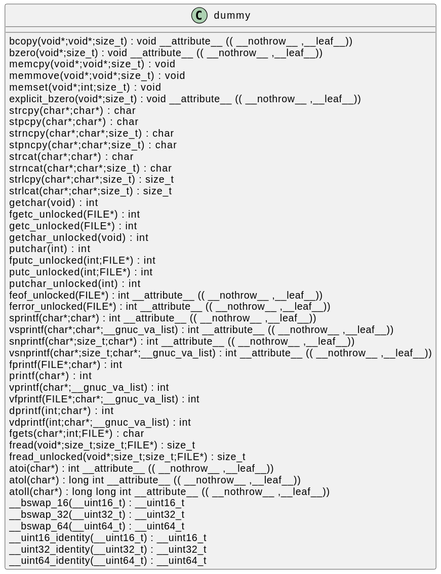
The PlantUML diagram docs/qc/crypto/err/err_blocks.c.svg in qualitesys/openssl, before a commit.
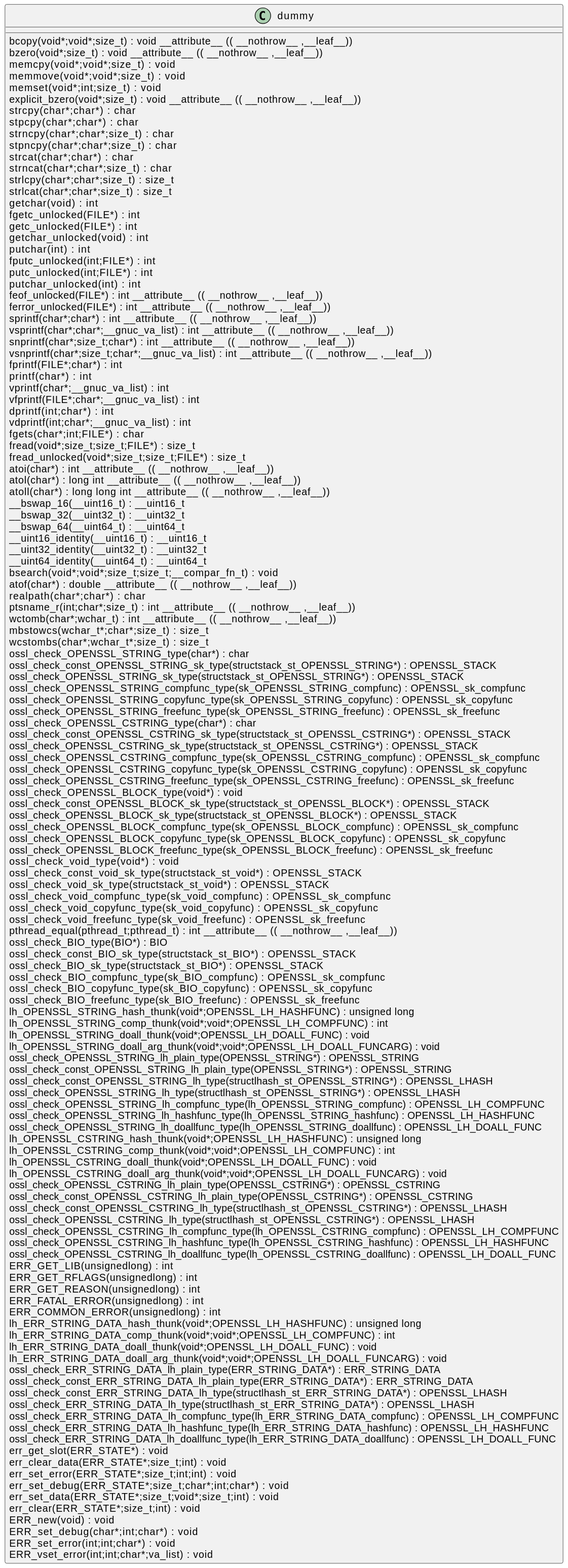
Above is the later version.

Change to the diagram source:
```diff
@@ -47,5 +47,91 @@
 __uint16_identity(__uint16_t) : __uint16_t [[[./../../.././qc/crypto/err/err_blocks.c.html#2105]]]
 __uint32_identity(__uint32_t) : __uint32_t [[[./../../.././qc/crypto/err/err_blocks.c.html#2111]]]
 __uint64_identity(__uint64_t) : __uint64_t [[[./../../.././qc/crypto/err/err_blocks.c.html#2117]]]
+bsearch(void*;void*;size_t;size_t;__compar_fn_t) :  void  [[[./../../.././qc/crypto/err/err_blocks.c.html#2801]]]
+atof(char*) :  double  __attribute__ (( __nothrow__ ,__leaf__)) [[[./../../.././qc/crypto/err/err_blocks.c.html#1]]]
+realpath(char*;char*) :  char  [[[./../../.././qc/crypto/err/err_blocks.c.html#1]]]
+ptsname_r(int;char*;size_t) :  int  __attribute__ (( __nothrow__ ,__leaf__)) [[[./../../.././qc/crypto/err/err_blocks.c.html#1]]]
+wctomb(char*;wchar_t) :  int  __attribute__ (( __nothrow__ ,__leaf__)) [[[./../../.././qc/crypto/err/err_blocks.c.html#1]]]
+mbstowcs(wchar_t*;char*;size_t) : size_t [[[./../../.././qc/crypto/err/err_blocks.c.html#1]]]
+wcstombs(char*;wchar_t*;size_t) : size_t [[[./../../.././qc/crypto/err/err_blocks.c.html#1]]]
+ossl_check_OPENSSL_STRING_type(char*) :  char  [[[./../../.././qc/crypto/err/err_blocks.c.html#1]]]
+ossl_check_const_OPENSSL_STRING_sk_type(structstack_st_OPENSSL_STRING*) : OPENSSL_STACK [[[./../../.././qc/crypto/err/err_blocks.c.html#1]]]
+ossl_check_OPENSSL_STRING_sk_type(structstack_st_OPENSSL_STRING*) : OPENSSL_STACK [[[./../../.././qc/crypto/err/err_blocks.c.html#1]]]
+ossl_check_OPENSSL_STRING_compfunc_type(sk_OPENSSL_STRING_compfunc) : OPENSSL_sk_compfunc [[[./../../.././qc/crypto/err/err_blocks.c.html#1]]]
+ossl_check_OPENSSL_STRING_copyfunc_type(sk_OPENSSL_STRING_copyfunc) : OPENSSL_sk_copyfunc [[[./../../.././qc/crypto/err/err_blocks.c.html#1]]]
+ossl_check_OPENSSL_STRING_freefunc_type(sk_OPENSSL_STRING_freefunc) : OPENSSL_sk_freefunc [[[./../../.././qc/crypto/err/err_blocks.c.html#1]]]
+ossl_check_OPENSSL_CSTRING_type(char*) :  char  [[[./../../.././qc/crypto/err/err_blocks.c.html#1]]]
+ossl_check_const_OPENSSL_CSTRING_sk_type(structstack_st_OPENSSL_CSTRING*) : OPENSSL_STACK [[[./../../.././qc/crypto/err/err_blocks.c.html#1]]]
+ossl_check_OPENSSL_CSTRING_sk_type(structstack_st_OPENSSL_CSTRING*) : OPENSSL_STACK [[[./../../.././qc/crypto/err/err_blocks.c.html#1]]]
+ossl_check_OPENSSL_CSTRING_compfunc_type(sk_OPENSSL_CSTRING_compfunc) : OPENSSL_sk_compfunc [[[./../../.././qc/crypto/err/err_blocks.c.html#1]]]
+ossl_check_OPENSSL_CSTRING_copyfunc_type(sk_OPENSSL_CSTRING_copyfunc) : OPENSSL_sk_copyfunc [[[./../../.././qc/crypto/err/err_blocks.c.html#1]]]
+ossl_check_OPENSSL_CSTRING_freefunc_type(sk_OPENSSL_CSTRING_freefunc) : OPENSSL_sk_freefunc [[[./../../.././qc/crypto/err/err_blocks.c.html#1]]]
+ossl_check_OPENSSL_BLOCK_type(void*) :  void  [[[./../../.././qc/crypto/err/err_blocks.c.html#1]]]
+ossl_check_const_OPENSSL_BLOCK_sk_type(structstack_st_OPENSSL_BLOCK*) : OPENSSL_STACK [[[./../../.././qc/crypto/err/err_blocks.c.html#1]]]
+ossl_check_OPENSSL_BLOCK_sk_type(structstack_st_OPENSSL_BLOCK*) : OPENSSL_STACK [[[./../../.././qc/crypto/err/err_blocks.c.html#1]]]
+ossl_check_OPENSSL_BLOCK_compfunc_type(sk_OPENSSL_BLOCK_compfunc) : OPENSSL_sk_compfunc [[[./../../.././qc/crypto/err/err_blocks.c.html#1]]]
+ossl_check_OPENSSL_BLOCK_copyfunc_type(sk_OPENSSL_BLOCK_copyfunc) : OPENSSL_sk_copyfunc [[[./../../.././qc/crypto/err/err_blocks.c.html#1]]]
+ossl_check_OPENSSL_BLOCK_freefunc_type(sk_OPENSSL_BLOCK_freefunc) : OPENSSL_sk_freefunc [[[./../../.././qc/crypto/err/err_blocks.c.html#1]]]
+ossl_check_void_type(void*) :  void  [[[./../../.././qc/crypto/err/err_blocks.c.html#1]]]
+ossl_check_const_void_sk_type(structstack_st_void*) : OPENSSL_STACK [[[./../../.././qc/crypto/err/err_blocks.c.html#1]]]
+ossl_check_void_sk_type(structstack_st_void*) : OPENSSL_STACK [[[./../../.././qc/crypto/err/err_blocks.c.html#1]]]
+ossl_check_void_compfunc_type(sk_void_compfunc) : OPENSSL_sk_compfunc [[[./../../.././qc/crypto/err/err_blocks.c.html#1]]]
+ossl_check_void_copyfunc_type(sk_void_copyfunc) : OPENSSL_sk_copyfunc [[[./../../.././qc/crypto/err/err_blocks.c.html#1]]]
+ossl_check_void_freefunc_type(sk_void_freefunc) : OPENSSL_sk_freefunc [[[./../../.././qc/crypto/err/err_blocks.c.html#1]]]
+pthread_equal(pthread_t;pthread_t) :  int  __attribute__ (( __nothrow__ ,__leaf__)) [[[./../../.././qc/crypto/err/err_blocks.c.html#1]]]
+ossl_check_BIO_type(BIO*) : BIO [[[./../../.././qc/crypto/err/err_blocks.c.html#1]]]
+ossl_check_const_BIO_sk_type(structstack_st_BIO*) : OPENSSL_STACK [[[./../../.././qc/crypto/err/err_blocks.c.html#1]]]
+ossl_check_BIO_sk_type(structstack_st_BIO*) : OPENSSL_STACK [[[./../../.././qc/crypto/err/err_blocks.c.html#1]]]
+ossl_check_BIO_compfunc_type(sk_BIO_compfunc) : OPENSSL_sk_compfunc [[[./../../.././qc/crypto/err/err_blocks.c.html#1]]]
+ossl_check_BIO_copyfunc_type(sk_BIO_copyfunc) : OPENSSL_sk_copyfunc [[[./../../.././qc/crypto/err/err_blocks.c.html#1]]]
+ossl_check_BIO_freefunc_type(sk_BIO_freefunc) : OPENSSL_sk_freefunc [[[./../../.././qc/crypto/err/err_blocks.c.html#1]]]
+lh_OPENSSL_STRING_hash_thunk(void*;OPENSSL_LH_HASHFUNC) :  unsigned  long  [[[./../../.././qc/crypto/err/err_blocks.c.html#1]]]
+lh_OPENSSL_STRING_comp_thunk(void*;void*;OPENSSL_LH_COMPFUNC) :  int  [[[./../../.././qc/crypto/err/err_blocks.c.html#1]]]
+lh_OPENSSL_STRING_doall_thunk(void*;OPENSSL_LH_DOALL_FUNC) :  void  [[[./../../.././qc/crypto/err/err_blocks.c.html#1]]]
+lh_OPENSSL_STRING_doall_arg_thunk(void*;void*;OPENSSL_LH_DOALL_FUNCARG) :  void  [[[./../../.././qc/crypto/err/err_blocks.c.html#1]]]
+ossl_check_OPENSSL_STRING_lh_plain_type(OPENSSL_STRING*) : OPENSSL_STRING [[[./../../.././qc/crypto/err/err_blocks.c.html#1]]]
+ossl_check_const_OPENSSL_STRING_lh_plain_type(OPENSSL_STRING*) : OPENSSL_STRING [[[./../../.././qc/crypto/err/err_blocks.c.html#1]]]
+ossl_check_const_OPENSSL_STRING_lh_type(structlhash_st_OPENSSL_STRING*) : OPENSSL_LHASH [[[./../../.././qc/crypto/err/err_blocks.c.html#1]]]
+ossl_check_OPENSSL_STRING_lh_type(structlhash_st_OPENSSL_STRING*) : OPENSSL_LHASH [[[./../../.././qc/crypto/err/err_blocks.c.html#1]]]
+ossl_check_OPENSSL_STRING_lh_compfunc_type(lh_OPENSSL_STRING_compfunc) : OPENSSL_LH_COMPFUNC [[[./../../.././qc/crypto/err/err_blocks.c.html#1]]]
+ossl_check_OPENSSL_STRING_lh_hashfunc_type(lh_OPENSSL_STRING_hashfunc) : OPENSSL_LH_HASHFUNC [[[./../../.././qc/crypto/err/err_blocks.c.html#1]]]
+ossl_check_OPENSSL_STRING_lh_doallfunc_type(lh_OPENSSL_STRING_doallfunc) : OPENSSL_LH_DOALL_FUNC [[[./../../.././qc/crypto/err/err_blocks.c.html#1]]]
+lh_OPENSSL_CSTRING_hash_thunk(void*;OPENSSL_LH_HASHFUNC) :  unsigned  long  [[[./../../.././qc/crypto/err/err_blocks.c.html#1]]]
+lh_OPENSSL_CSTRING_comp_thunk(void*;void*;OPENSSL_LH_COMPFUNC) :  int  [[[./../../.././qc/crypto/err/err_blocks.c.html#1]]]
+lh_OPENSSL_CSTRING_doall_thunk(void*;OPENSSL_LH_DOALL_FUNC) :  void  [[[./../../.././qc/crypto/err/err_blocks.c.html#1]]]
+lh_OPENSSL_CSTRING_doall_arg_thunk(void*;void*;OPENSSL_LH_DOALL_FUNCARG) :  void  [[[./../../.././qc/crypto/err/err_blocks.c.html#1]]]
+ossl_check_OPENSSL_CSTRING_lh_plain_type(OPENSSL_CSTRING*) : OPENSSL_CSTRING [[[./../../.././qc/crypto/err/err_blocks.c.html#1]]]
+ossl_check_const_OPENSSL_CSTRING_lh_plain_type(OPENSSL_CSTRING*) : OPENSSL_CSTRING [[[./../../.././qc/crypto/err/err_blocks.c.html#1]]]
+ossl_check_const_OPENSSL_CSTRING_lh_type(structlhash_st_OPENSSL_CSTRING*) : OPENSSL_LHASH [[[./../../.././qc/crypto/err/err_blocks.c.html#1]]]
+ossl_check_OPENSSL_CSTRING_lh_type(structlhash_st_OPENSSL_CSTRING*) : OPENSSL_LHASH [[[./../../.././qc/crypto/err/err_blocks.c.html#1]]]
+ossl_check_OPENSSL_CSTRING_lh_compfunc_type(lh_OPENSSL_CSTRING_compfunc) : OPENSSL_LH_COMPFUNC [[[./../../.././qc/crypto/err/err_blocks.c.html#1]]]
+ossl_check_OPENSSL_CSTRING_lh_hashfunc_type(lh_OPENSSL_CSTRING_hashfunc) : OPENSSL_LH_HASHFUNC [[[./../../.././qc/crypto/err/err_blocks.c.html#1]]]
+ossl_check_OPENSSL_CSTRING_lh_doallfunc_type(lh_OPENSSL_CSTRING_doallfunc) : OPENSSL_LH_DOALL_FUNC [[[./../../.././qc/crypto/err/err_blocks.c.html#1]]]
+ERR_GET_LIB(unsignedlong) :  int  [[[./../../.././qc/crypto/err/err_blocks.c.html#1]]]
+ERR_GET_RFLAGS(unsignedlong) :  int  [[[./../../.././qc/crypto/err/err_blocks.c.html#1]]]
+ERR_GET_REASON(unsignedlong) :  int  [[[./../../.././qc/crypto/err/err_blocks.c.html#1]]]
+ERR_FATAL_ERROR(unsignedlong) :  int  [[[./../../.././qc/crypto/err/err_blocks.c.html#1]]]
+ERR_COMMON_ERROR(unsignedlong) :  int  [[[./../../.././qc/crypto/err/err_blocks.c.html#1]]]
+lh_ERR_STRING_DATA_hash_thunk(void*;OPENSSL_LH_HASHFUNC) :  unsigned  long  [[[./../../.././qc/crypto/err/err_blocks.c.html#1]]]
+lh_ERR_STRING_DATA_comp_thunk(void*;void*;OPENSSL_LH_COMPFUNC) :  int  [[[./../../.././qc/crypto/err/err_blocks.c.html#1]]]
+lh_ERR_STRING_DATA_doall_thunk(void*;OPENSSL_LH_DOALL_FUNC) :  void  [[[./../../.././qc/crypto/err/err_blocks.c.html#1]]]
+lh_ERR_STRING_DATA_doall_arg_thunk(void*;void*;OPENSSL_LH_DOALL_FUNCARG) :  void  [[[./../../.././qc/crypto/err/err_blocks.c.html#1]]]
+ossl_check_ERR_STRING_DATA_lh_plain_type(ERR_STRING_DATA*) : ERR_STRING_DATA [[[./../../.././qc/crypto/err/err_blocks.c.html#1]]]
+ossl_check_const_ERR_STRING_DATA_lh_plain_type(ERR_STRING_DATA*) : ERR_STRING_DATA [[[./../../.././qc/crypto/err/err_blocks.c.html#1]]]
+ossl_check_const_ERR_STRING_DATA_lh_type(structlhash_st_ERR_STRING_DATA*) : OPENSSL_LHASH [[[./../../.././qc/crypto/err/err_blocks.c.html#1]]]
+ossl_check_ERR_STRING_DATA_lh_type(structlhash_st_ERR_STRING_DATA*) : OPENSSL_LHASH [[[./../../.././qc/crypto/err/err_blocks.c.html#1]]]
+ossl_check_ERR_STRING_DATA_lh_compfunc_type(lh_ERR_STRING_DATA_compfunc) : OPENSSL_LH_COMPFUNC [[[./../../.././qc/crypto/err/err_blocks.c.html#1]]]
+ossl_check_ERR_STRING_DATA_lh_hashfunc_type(lh_ERR_STRING_DATA_hashfunc) : OPENSSL_LH_HASHFUNC [[[./../../.././qc/crypto/err/err_blocks.c.html#1]]]
+ossl_check_ERR_STRING_DATA_lh_doallfunc_type(lh_ERR_STRING_DATA_doallfunc) : OPENSSL_LH_DOALL_FUNC [[[./../../.././qc/crypto/err/err_blocks.c.html#1]]]
+err_get_slot(ERR_STATE*) :  void  [[[./../../.././qc/crypto/err/err_blocks.c.html#1]]]
+err_clear_data(ERR_STATE*;size_t;int) :  void  [[[./../../.././qc/crypto/err/err_blocks.c.html#1]]]
+err_set_error(ERR_STATE*;size_t;int;int) :  void  [[[./../../.././qc/crypto/err/err_blocks.c.html#1]]]
+err_set_debug(ERR_STATE*;size_t;char*;int;char*) :  void  [[[./../../.././qc/crypto/err/err_blocks.c.html#1]]]
+err_set_data(ERR_STATE*;size_t;void*;size_t;int) :  void  [[[./../../.././qc/crypto/err/err_blocks.c.html#1]]]
+err_clear(ERR_STATE*;size_t;int) :  void  [[[./../../.././qc/crypto/err/err_blocks.c.html#1]]]
+ERR_new(void) :  void  [[[./../../.././qc/crypto/err/err_blocks.c.html#1]]]
+ERR_set_debug(char*;int;char*) :  void  [[[./../../.././qc/crypto/err/err_blocks.c.html#1]]]
+ERR_set_error(int;int;char*) :  void  [[[./../../.././qc/crypto/err/err_blocks.c.html#1]]]
+ERR_vset_error(int;int;char*;va_list) :  void  [[[./../../.././qc/crypto/err/err_blocks.c.html#1]]]
 }
 @enduml
```
